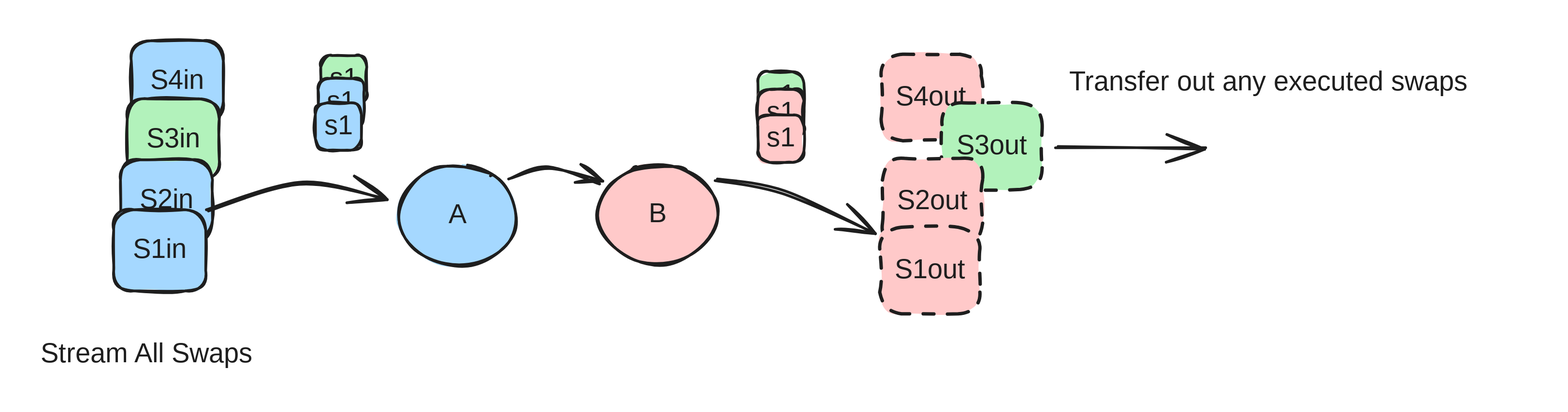
The Excalidraw diagram .gitbook/assets/file.excalidraw (11).svg in decaswap-labs/docs, before a commit. Source tidied: one line per element, renumbered; positions are measured from the earlier drawing's top-left corner, leaving out a move shared by most shapes. Source of this version:
```json
{"id": 0, "type": "rectangle", "strokeColor": "#1e1e1e", "backgroundColor": "#a5d8ff", "fillStyle": "solid", "strokeWidth": 2, "roughness": 1, "round": true, "x": 67, "y": 0, "width": 68, "height": 60}
{"id": 1, "type": "text", "text": "S4in", "strokeColor": "#1e1e1e", "strokeWidth": 2, "roughness": 1, "fontSize": 20, "fontFamily": 1, "textAlign": "center", "verticalAlign": "middle", "inside": 0, "x": 82, "y": 18, "width": 39, "height": 25}
{"id": 2, "type": "rectangle", "strokeColor": "#1e1e1e", "backgroundColor": "#b2f2bb", "fillStyle": "solid", "strokeWidth": 2, "roughness": 1, "round": true, "x": 64, "y": 43, "width": 68, "height": 60}
{"id": 3, "type": "text", "text": "S3in", "strokeColor": "#1e1e1e", "strokeWidth": 2, "roughness": 1, "fontSize": 20, "fontFamily": 1, "textAlign": "center", "verticalAlign": "middle", "inside": 2, "x": 78, "y": 60, "width": 40, "height": 25}
{"id": 4, "type": "rectangle", "strokeColor": "#1e1e1e", "backgroundColor": "#a5d8ff", "fillStyle": "solid", "strokeWidth": 2, "roughness": 1, "round": true, "x": 59, "y": 88, "width": 68, "height": 60}
{"id": 5, "type": "text", "text": "S2in", "strokeColor": "#1e1e1e", "strokeWidth": 2, "roughness": 1, "fontSize": 20, "fontFamily": 1, "textAlign": "center", "verticalAlign": "middle", "inside": 4, "x": 73, "y": 106, "width": 40, "height": 25}
{"id": 6, "type": "rectangle", "strokeColor": "#1e1e1e", "backgroundColor": "#a5d8ff", "fillStyle": "solid", "strokeWidth": 2, "roughness": 1, "round": true, "x": 54, "y": 125, "width": 68, "height": 60}
{"id": 7, "type": "text", "text": "S1in", "strokeColor": "#1e1e1e", "strokeWidth": 2, "roughness": 1, "fontSize": 20, "fontFamily": 1, "textAlign": "center", "verticalAlign": "middle", "inside": 6, "x": 72, "y": 142, "width": 31, "height": 25}
{"id": 8, "type": "ellipse", "strokeColor": "#1e1e1e", "backgroundColor": "#a5d8ff", "fillStyle": "solid", "strokeWidth": 2, "roughness": 1, "round": true, "x": 264, "y": 92, "width": 88, "height": 74}
{"id": 9, "type": "text", "text": "A", "strokeColor": "#1e1e1e", "backgroundColor": "#ffc9c9", "fillStyle": "solid", "strokeWidth": 2, "roughness": 1, "fontSize": 20, "fontFamily": 1, "textAlign": "center", "verticalAlign": "middle", "inside": 8, "x": 301, "y": 117, "width": 13, "height": 25}
{"id": 10, "type": "ellipse", "strokeColor": "#1e1e1e", "backgroundColor": "#ffc9c9", "fillStyle": "solid", "strokeWidth": 2, "roughness": 1, "round": true, "x": 412, "y": 92, "width": 88, "height": 74}
{"id": 11, "type": "text", "text": "B", "strokeColor": "#1e1e1e", "backgroundColor": "#ffc9c9", "fillStyle": "solid", "strokeWidth": 2, "roughness": 1, "fontSize": 20, "fontFamily": 1, "textAlign": "center", "verticalAlign": "middle", "inside": 10, "x": 449, "y": 116, "width": 15, "height": 25}
{"id": 12, "type": "arrow", "strokeColor": "#1e1e1e", "backgroundColor": "#ffc9c9", "fillStyle": "solid", "strokeWidth": 2, "roughness": 1, "endArrowhead": "arrow", "round": true, "from": 6, "to": 8, "x": 124, "y": 126, "width": 131, "height": 20, "points": [[0, 0], [68, -20], [131, -9]]}
{"id": 13, "type": "arrow", "strokeColor": "#1e1e1e", "backgroundColor": "#ffc9c9", "fillStyle": "solid", "strokeWidth": 2, "roughness": 1, "endArrowhead": "arrow", "round": true, "from": 8, "to": 10, "x": 346, "y": 102, "width": 68, "height": 12, "points": [[0, 0], [29, -8], [68, 4]]}
{"id": 14, "type": "arrow", "strokeColor": "#1e1e1e", "backgroundColor": "#ffc9c9", "fillStyle": "solid", "strokeWidth": 2, "roughness": 1, "endArrowhead": "arrow", "round": true, "from": 10, "to": 22, "x": 499, "y": 104, "width": 116, "height": 37, "points": [[0, 0], [50, 9], [116, 37]]}
{"id": 15, "type": "text", "text": "Stream All Swaps", "strokeColor": "#1e1e1e", "backgroundColor": "#ffc9c9", "fillStyle": "solid", "strokeWidth": 2, "strokeStyle": "dashed", "roughness": 1, "fontSize": 20, "fontFamily": 1, "x": 0, "y": 220, "width": 171, "height": 25}
{"id": 16, "type": "rectangle", "strokeColor": "#1e1e1e", "backgroundColor": "#ffc9c9", "fillStyle": "solid", "strokeWidth": 2, "strokeStyle": "dashed", "roughness": 1, "round": true, "x": 621, "y": 10, "width": 74, "height": 64}
{"id": 17, "type": "text", "text": "S4out", "strokeColor": "#1e1e1e", "strokeWidth": 2, "roughness": 1, "fontSize": 20, "fontFamily": 1, "textAlign": "center", "verticalAlign": "middle", "inside": 16, "x": 629, "y": 30, "width": 59, "height": 25}
{"id": 18, "type": "rectangle", "strokeColor": "#1e1e1e", "backgroundColor": "#b2f2bb", "fillStyle": "solid", "strokeWidth": 2, "strokeStyle": "dashed", "roughness": 1, "round": true, "x": 666, "y": 46, "width": 74, "height": 64}
{"id": 19, "type": "text", "text": "S3out", "strokeColor": "#1e1e1e", "strokeWidth": 2, "roughness": 1, "fontSize": 20, "fontFamily": 1, "textAlign": "center", "verticalAlign": "middle", "inside": 18, "x": 673, "y": 66, "width": 60, "height": 25}
{"id": 20, "type": "rectangle", "strokeColor": "#1e1e1e", "backgroundColor": "#ffc9c9", "fillStyle": "solid", "strokeWidth": 2, "strokeStyle": "dashed", "roughness": 1, "round": true, "x": 622, "y": 87, "width": 74, "height": 64}
{"id": 21, "type": "text", "text": "S2out", "strokeColor": "#1e1e1e", "strokeWidth": 2, "roughness": 1, "fontSize": 20, "fontFamily": 1, "textAlign": "center", "verticalAlign": "middle", "inside": 20, "x": 629, "y": 106, "width": 60, "height": 25}
{"id": 22, "type": "rectangle", "strokeColor": "#1e1e1e", "backgroundColor": "#ffc9c9", "fillStyle": "solid", "strokeWidth": 2, "strokeStyle": "dashed", "roughness": 1, "round": true, "x": 620, "y": 138, "width": 74, "height": 64}
{"id": 23, "type": "text", "text": "S1out", "strokeColor": "#1e1e1e", "strokeWidth": 2, "roughness": 1, "fontSize": 20, "fontFamily": 1, "textAlign": "center", "verticalAlign": "middle", "inside": 22, "x": 631, "y": 158, "width": 51, "height": 25}
{"id": 24, "type": "rectangle", "strokeColor": "#1e1e1e", "backgroundColor": "#b2f2bb", "fillStyle": "solid", "strokeWidth": 2, "roughness": 1, "round": true, "x": 207, "y": 11, "width": 34, "height": 35}
{"id": 25, "type": "text", "text": "s1", "strokeColor": "#1e1e1e", "strokeWidth": 2, "roughness": 1, "fontSize": 20, "fontFamily": 1, "textAlign": "center", "verticalAlign": "middle", "inside": 24, "x": 216, "y": 16, "width": 16, "height": 25}
{"id": 26, "type": "rectangle", "strokeColor": "#1e1e1e", "backgroundColor": "#a5d8ff", "fillStyle": "solid", "strokeWidth": 2, "roughness": 1, "round": true, "x": 205, "y": 28, "width": 34, "height": 35}
{"id": 27, "type": "text", "text": "s1", "strokeColor": "#1e1e1e", "strokeWidth": 2, "roughness": 1, "fontSize": 20, "fontFamily": 1, "textAlign": "center", "verticalAlign": "middle", "inside": 26, "x": 214, "y": 33, "width": 16, "height": 25}
{"id": 28, "type": "rectangle", "strokeColor": "#1e1e1e", "backgroundColor": "#a5d8ff", "fillStyle": "solid", "strokeWidth": 2, "roughness": 1, "round": true, "x": 203, "y": 46, "width": 34, "height": 35}
{"id": 29, "type": "text", "text": "s1", "strokeColor": "#1e1e1e", "strokeWidth": 2, "roughness": 1, "fontSize": 20, "fontFamily": 1, "textAlign": "center", "verticalAlign": "middle", "inside": 28, "x": 212, "y": 51, "width": 16, "height": 25}
{"id": 30, "type": "rectangle", "strokeColor": "#1e1e1e", "backgroundColor": "#b2f2bb", "fillStyle": "solid", "strokeWidth": 2, "roughness": 1, "round": true, "x": 530, "y": 23, "width": 34, "height": 35}
{"id": 31, "type": "text", "text": "s1", "strokeColor": "#1e1e1e", "strokeWidth": 2, "roughness": 1, "fontSize": 20, "fontFamily": 1, "textAlign": "center", "verticalAlign": "middle", "inside": 30, "x": 539, "y": 28, "width": 16, "height": 25}
{"id": 32, "type": "rectangle", "strokeColor": "#1e1e1e", "backgroundColor": "#ffc9c9", "fillStyle": "solid", "strokeWidth": 2, "roughness": 1, "round": true, "x": 530, "y": 36, "width": 34, "height": 35}
{"id": 33, "type": "text", "text": "s1", "strokeColor": "#1e1e1e", "strokeWidth": 2, "roughness": 1, "fontSize": 20, "fontFamily": 1, "textAlign": "center", "verticalAlign": "middle", "inside": 32, "x": 539, "y": 41, "width": 16, "height": 25}
{"id": 34, "type": "rectangle", "strokeColor": "#1e1e1e", "backgroundColor": "#ffc9c9", "fillStyle": "solid", "strokeWidth": 2, "roughness": 1, "round": true, "x": 530, "y": 55, "width": 34, "height": 35}
{"id": 35, "type": "text", "text": "s1", "strokeColor": "#1e1e1e", "strokeWidth": 2, "roughness": 1, "fontSize": 20, "fontFamily": 1, "textAlign": "center", "verticalAlign": "middle", "inside": 34, "x": 539, "y": 60, "width": 16, "height": 25}
{"id": 36, "type": "arrow", "strokeColor": "#1e1e1e", "backgroundColor": "#b2f2bb", "fillStyle": "solid", "strokeWidth": 2, "roughness": 1, "endArrowhead": "arrow", "round": true, "from": 18, "x": 751, "y": 79, "width": 110, "height": 1, "points": [[0, 0], [110, 1]]}
{"id": 37, "type": "text", "text": "Transfer out any executed swaps", "strokeColor": "#1e1e1e", "backgroundColor": "#ffc9c9", "fillStyle": "solid", "strokeWidth": 2, "strokeStyle": "dashed", "roughness": 1, "fontSize": 20, "fontFamily": 1, "x": 760, "y": 18, "width": 339, "height": 25}
```
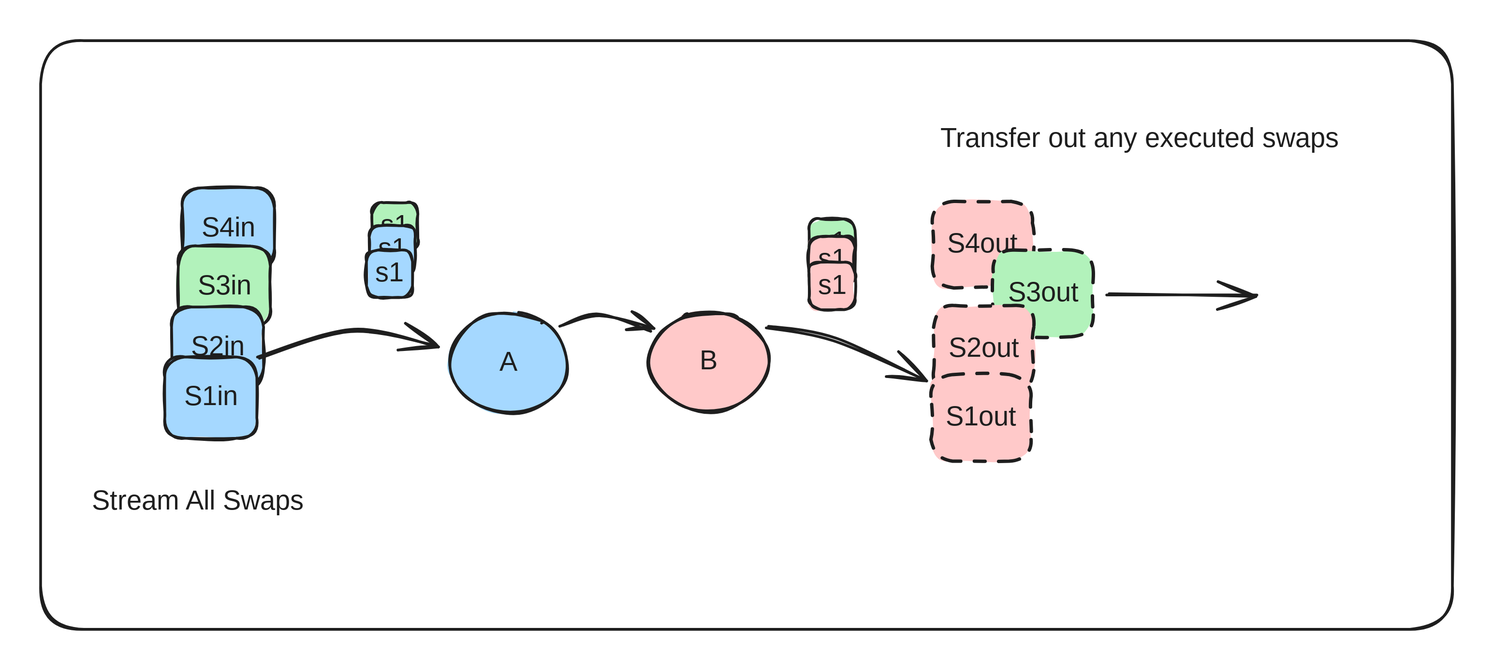
The same file after the commit.

What changed in the source:
```diff
@@ -35,4 +35,5 @@
 {"id": 34, "type": "rectangle", "strokeColor": "#1e1e1e", "backgroundColor": "#ffc9c9", "fillStyle": "solid", "strokeWidth": 2, "roughness": 1, "round": true, "x": 530, "y": 55, "width": 34, "height": 35}
 {"id": 35, "type": "text", "text": "s1", "strokeColor": "#1e1e1e", "strokeWidth": 2, "roughness": 1, "fontSize": 20, "fontFamily": 1, "textAlign": "center", "verticalAlign": "middle", "inside": 34, "x": 539, "y": 60, "width": 16, "height": 25}
 {"id": 36, "type": "arrow", "strokeColor": "#1e1e1e", "backgroundColor": "#b2f2bb", "fillStyle": "solid", "strokeWidth": 2, "roughness": 1, "endArrowhead": "arrow", "round": true, "from": 18, "x": 751, "y": 79, "width": 110, "height": 1, "points": [[0, 0], [110, 1]]}
-{"id": 37, "type": "text", "text": "Transfer out any executed swaps", "strokeColor": "#1e1e1e", "backgroundColor": "#ffc9c9", "fillStyle": "solid", "strokeWidth": 2, "strokeStyle": "dashed", "roughness": 1, "fontSize": 20, "fontFamily": 1, "x": 760, "y": 18, "width": 339, "height": 25}
+{"id": 37, "type": "text", "text": "Transfer out any executed swaps", "strokeColor": "#1e1e1e", "backgroundColor": "#ffc9c9", "fillStyle": "solid", "strokeWidth": 2, "strokeStyle": "dashed", "roughness": 1, "fontSize": 20, "fontFamily": 1, "x": 627, "y": -48, "width": 339, "height": 25}
+{"id": 38, "type": "rectangle", "strokeColor": "#1e1e1e", "strokeWidth": 2, "roughness": 1, "round": true, "x": -38, "y": -109, "width": 1043, "height": 435}
```
